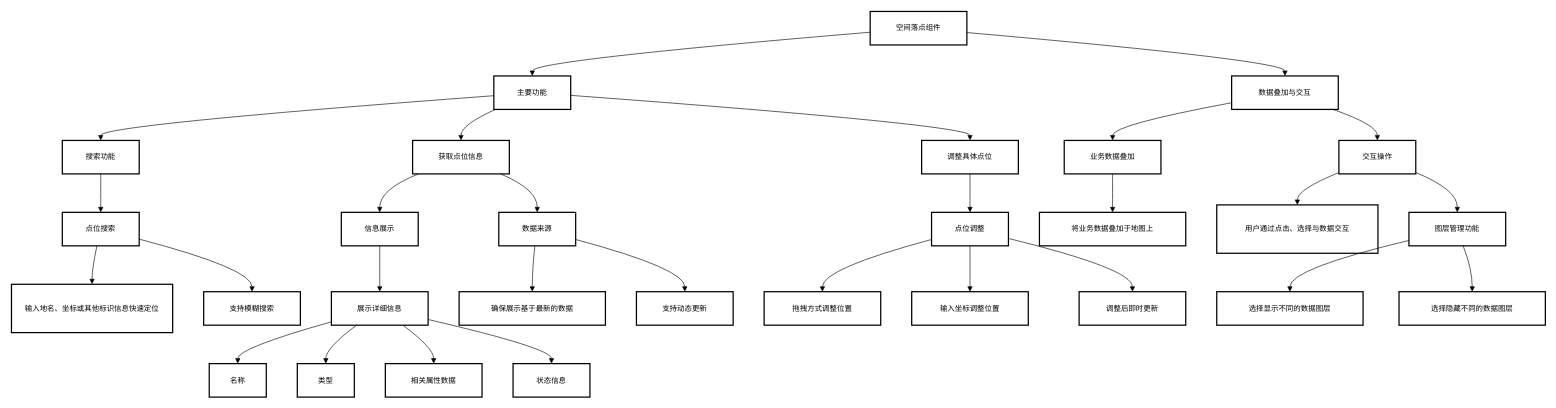
The draw.io diagram 20250415/空间落点组件.drawio in wangslsl/drawio, before the edit. Source tidied: cells renumbered, new cells numbered last; positions are measured from the earlier drawing's top-left corner, leaving out a move shared by most shapes. Both pictures are drawn from the tidied source at 62%, with x=0, y=0 at pixel (11, 11).
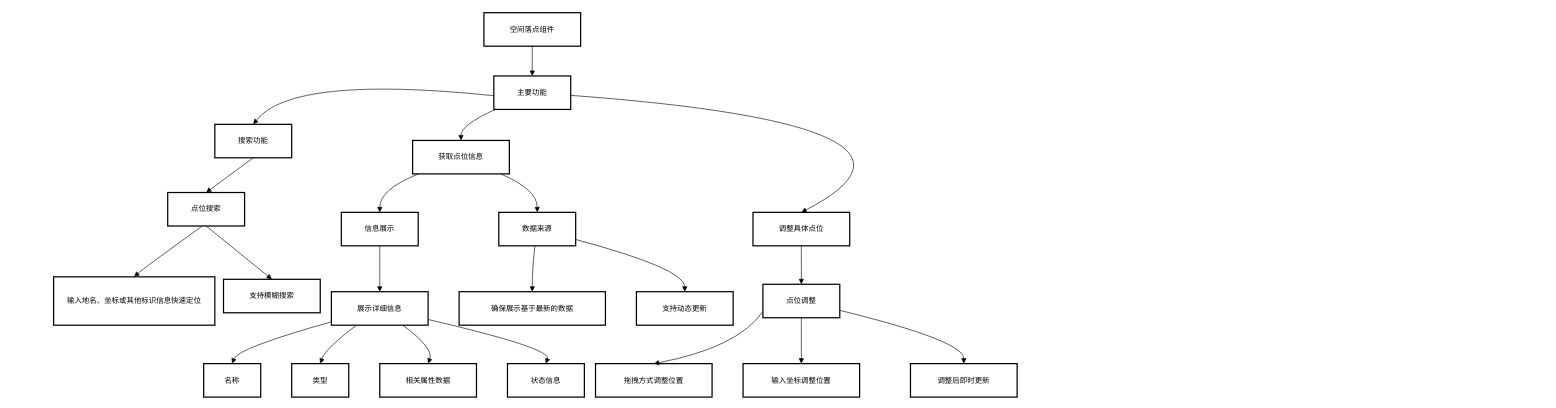
The same diagram, later.

Commit message:
更新空间落点组件.drawio

The change refers to these unchanged cells:
```xml
<mxCell id="3" value="主要功能" style="whiteSpace=wrap;strokeWidth=2;" parent="1" vertex="1">
  <mxGeometry x="778" y="104" width="124" height="54" as="geometry" />
</mxCell>
```

What changed in the source:
```diff
@@
     <mxCell id="2" value="空间落点组件" style="whiteSpace=wrap;strokeWidth=2;" parent="1" vertex="1">
-      <mxGeometry x="1385" width="156" height="54" as="geometry" />
+      <mxGeometry x="762" y="2" width="156" height="54" as="geometry" />
     </mxCell>
@@
     <mxCell id="4" value="搜索功能" style="whiteSpace=wrap;strokeWidth=2;" parent="1" vertex="1">
-      <mxGeometry x="82" y="208" width="124" height="54" as="geometry" />
+      <mxGeometry x="328" y="182" width="124" height="54" as="geometry" />
     </mxCell>
     <mxCell id="5" value="点位搜索" style="whiteSpace=wrap;strokeWidth=2;" parent="1" vertex="1">
-      <mxGeometry x="82" y="324" width="124" height="54" as="geometry" />
+      <mxGeometry x="252" y="292" width="124" height="54" as="geometry" />
     </mxCell>
     <mxCell id="6" value="输入地名、坐标或其他标识信息快速定位" style="whiteSpace=wrap;strokeWidth=2;" parent="1" vertex="1">
-      <mxGeometry y="440" width="260" height="78" as="geometry" />
+      <mxGeometry x="68" y="428" width="260" height="78" as="geometry" />
     </mxCell>
     <mxCell id="7" value="支持模糊搜索" style="whiteSpace=wrap;strokeWidth=2;" parent="1" vertex="1">
-      <mxGeometry x="310" y="452" width="156" height="54" as="geometry" />
+      <mxGeometry x="342" y="432" width="156" height="54" as="geometry" />
     </mxCell>
@@
     <mxCell id="11" value="名称" style="whiteSpace=wrap;strokeWidth=2;" parent="1" vertex="1">
-      <mxGeometry x="319" y="568" width="92" height="54" as="geometry" />
+      <mxGeometry x="310" y="568" width="92" height="54" as="geometry" />
     </mxCell>
     <mxCell id="12" value="类型" style="whiteSpace=wrap;strokeWidth=2;" parent="1" vertex="1">
-      <mxGeometry x="461" y="568" width="92" height="54" as="geometry" />
+      <mxGeometry x="452" y="568" width="92" height="54" as="geometry" />
     </mxCell>
     <mxCell id="13" value="相关属性数据" style="whiteSpace=wrap;strokeWidth=2;" parent="1" vertex="1">
-      <mxGeometry x="603" y="568" width="156" height="54" as="geometry" />
+      <mxGeometry x="594" y="568" width="156" height="54" as="geometry" />
     </mxCell>
     <mxCell id="14" value="状态信息" style="whiteSpace=wrap;strokeWidth=2;" parent="1" vertex="1">
-      <mxGeometry x="809" y="568" width="124" height="54" as="geometry" />
+      <mxGeometry x="800" y="568" width="124" height="54" as="geometry" />
     </mxCell>
@@
     <mxCell id="18" value="调整具体点位" style="whiteSpace=wrap;strokeWidth=2;" parent="1" vertex="1">
-      <mxGeometry x="1468" y="208" width="156" height="54" as="geometry" />
+      <mxGeometry x="1196" y="324" width="156" height="54" as="geometry" />
     </mxCell>
     <mxCell id="19" value="点位调整" style="whiteSpace=wrap;strokeWidth=2;" parent="1" vertex="1">
-      <mxGeometry x="1484" y="324" width="124" height="54" as="geometry" />
+      <mxGeometry x="1212" y="440" width="124" height="54" as="geometry" />
     </mxCell>
     <mxCell id="20" value="拖拽方式调整位置" style="whiteSpace=wrap;strokeWidth=2;" parent="1" vertex="1">
-      <mxGeometry x="1214" y="452" width="188" height="54" as="geometry" />
+      <mxGeometry x="942" y="568" width="188" height="54" as="geometry" />
     </mxCell>
     <mxCell id="21" value="输入坐标调整位置" style="whiteSpace=wrap;strokeWidth=2;" parent="1" vertex="1">
-      <mxGeometry x="1452" y="452" width="188" height="54" as="geometry" />
+      <mxGeometry x="1180" y="568" width="188" height="54" as="geometry" />
     </mxCell>
     <mxCell id="22" value="调整后即时更新" style="whiteSpace=wrap;strokeWidth=2;" parent="1" vertex="1">
-      <mxGeometry x="1722" y="452" width="172" height="54" as="geometry" />
+      <mxGeometry x="1450" y="568" width="172" height="54" as="geometry" />
     </mxCell>
-    <mxCell id="23" value="数据叠加与交互" style="whiteSpace=wrap;strokeWidth=2;" parent="1" vertex="1">
-      <mxGeometry x="1968" y="104" width="172" height="54" as="geometry" />
-    </mxCell>
-    <mxCell id="24" value="业务数据叠加" style="whiteSpace=wrap;strokeWidth=2;" parent="1" vertex="1">
-      <mxGeometry x="1698" y="208" width="156" height="54" as="geometry" />
-    </mxCell>
-    <mxCell id="25" value="将业务数据叠加于地图上" style="whiteSpace=wrap;strokeWidth=2;" parent="1" vertex="1">
-      <mxGeometry x="1658" y="324" width="236" height="54" as="geometry" />
-    </mxCell>
-    <mxCell id="26" value="交互操作" style="whiteSpace=wrap;strokeWidth=2;" parent="1" vertex="1">
-      <mxGeometry x="2141" y="208" width="124" height="54" as="geometry" />
-    </mxCell>
-    <mxCell id="27" value="用户通过点击、选择与数据交互" style="whiteSpace=wrap;strokeWidth=2;" parent="1" vertex="1">
-      <mxGeometry x="1944" y="312" width="260" height="78" as="geometry" />
-    </mxCell>
-    <mxCell id="28" value="图层管理功能" style="whiteSpace=wrap;strokeWidth=2;" parent="1" vertex="1">
-      <mxGeometry x="2254" y="324" width="156" height="54" as="geometry" />
-    </mxCell>
-    <mxCell id="29" value="选择显示不同的数据图层" style="whiteSpace=wrap;strokeWidth=2;" parent="1" vertex="1">
-      <mxGeometry x="1944" y="452" width="236" height="54" as="geometry" />
-    </mxCell>
-    <mxCell id="30" value="选择隐藏不同的数据图层" style="whiteSpace=wrap;strokeWidth=2;" parent="1" vertex="1">
-      <mxGeometry x="2238" y="452" width="236" height="54" as="geometry" />
-    </mxCell>
-    <mxCell id="31" style="curved=1;startArrow=none;endArrow=block;exitX=0;exitY=0.62;entryX=0.5;entryY=0;" parent="1" edge="1" source="2" target="3">
+    <mxCell id="31" style="curved=1;startArrow=none;endArrow=block;exitX=0.5;exitY=1;entryX=0.5;entryY=0;exitDx=0;exitDy=0;" parent="1" edge="1" source="2" target="3">
       <mxGeometry relative="1" as="geometry">
         <Array as="points">
           <mxPoint x="840" y="79" />
         </Array>
       </mxGeometry>
     </mxCell>
     <mxCell id="32" style="curved=1;startArrow=none;endArrow=block;exitX=0;exitY=0.59;entryX=0.5;entryY=0;" parent="1" edge="1" source="3" target="4">
       <mxGeometry relative="1" as="geometry">
         <Array as="points">
-          <mxPoint x="144" y="183" />
+          <mxPoint x="452" y="102" />
         </Array>
       </mxGeometry>
     </mxCell>
@@
     <mxCell id="34" style="curved=1;startArrow=none;endArrow=block;exitX=0.45;exitY=1;entryX=0.5;entryY=0;" parent="1" edge="1" source="5" target="6">
       <mxGeometry relative="1" as="geometry">
         <Array as="points">
-          <mxPoint x="130" y="415" />
+          <mxPoint x="212" y="415" />
         </Array>
       </mxGeometry>
     </mxCell>
-    <mxCell id="35" style="curved=1;startArrow=none;endArrow=block;exitX=1;exitY=0.8;entryX=0.5;entryY=0;" parent="1" edge="1" source="5" target="7">
-      <mxGeometry relative="1" as="geometry">
-        <Array as="points">
-          <mxPoint x="388" y="415" />
-        </Array>
-      </mxGeometry>
+    <mxCell id="35" style="curved=1;startArrow=none;endArrow=block;exitX=0.5;exitY=1;exitDx=0;exitDy=0;entryX=0.5;entryY=0;entryDx=0;entryDy=0;" parent="1" edge="1" source="5" target="7">
+      <mxGeometry relative="1" as="geometry" />
     </mxCell>
@@
     <mxCell id="48" style="curved=1;startArrow=none;endArrow=block;exitX=0;exitY=0.81;entryX=0.5;entryY=0;" parent="1" edge="1" source="19" target="20">
       <mxGeometry relative="1" as="geometry">
         <Array as="points">
-          <mxPoint x="1308" y="415" />
+          <mxPoint x="1172" y="542" />
         </Array>
       </mxGeometry>
     </mxCell>
@@
     <mxCell id="50" style="curved=1;startArrow=none;endArrow=block;exitX=1;exitY=0.78;entryX=0.5;entryY=0;" parent="1" edge="1" source="19" target="22">
       <mxGeometry relative="1" as="geometry">
         <Array as="points">
-          <mxPoint x="1808" y="415" />
+          <mxPoint x="1536" y="531" />
         </Array>
       </mxGeometry>
     </mxCell>
-    <mxCell id="51" style="curved=1;startArrow=none;endArrow=block;exitX=1;exitY=0.63;entryX=0.5;entryY=0;" parent="1" edge="1" source="2" target="23">
-      <mxGeometry relative="1" as="geometry">
-        <Array as="points">
-          <mxPoint x="2054" y="79" />
-        </Array>
-      </mxGeometry>
-    </mxCell>
-    <mxCell id="52" style="curved=1;startArrow=none;endArrow=block;exitX=0;exitY=0.8;entryX=0.5;entryY=0;" parent="1" edge="1" source="23" target="24">
-      <mxGeometry relative="1" as="geometry">
-        <Array as="points">
-          <mxPoint x="1776" y="183" />
-        </Array>
-      </mxGeometry>
-    </mxCell>
-    <mxCell id="53" style="curved=1;startArrow=none;endArrow=block;exitX=0.5;exitY=1;entryX=0.5;entryY=0;" parent="1" edge="1" source="24" target="25">
-      <mxGeometry relative="1" as="geometry" />
-    </mxCell>
-    <mxCell id="54" style="curved=1;startArrow=none;endArrow=block;exitX=0.95;exitY=1;entryX=0.5;entryY=0;" parent="1" edge="1" source="23" target="26">
-      <mxGeometry relative="1" as="geometry">
-        <Array as="points">
-          <mxPoint x="2203" y="183" />
-        </Array>
-      </mxGeometry>
-    </mxCell>
-    <mxCell id="55" style="curved=1;startArrow=none;endArrow=block;exitX=0;exitY=0.96;entryX=0.5;entryY=0;" parent="1" edge="1" source="26" target="27">
-      <mxGeometry relative="1" as="geometry">
-        <Array as="points">
-          <mxPoint x="2074" y="287" />
-        </Array>
-      </mxGeometry>
-    </mxCell>
-    <mxCell id="56" style="curved=1;startArrow=none;endArrow=block;exitX=1;exitY=0.96;entryX=0.5;entryY=0;" parent="1" edge="1" source="26" target="28">
-      <mxGeometry relative="1" as="geometry">
-        <Array as="points">
-          <mxPoint x="2332" y="287" />
-        </Array>
-      </mxGeometry>
-    </mxCell>
-    <mxCell id="57" style="curved=1;startArrow=none;endArrow=block;exitX=0;exitY=0.84;entryX=0.5;entryY=0;" parent="1" edge="1" source="28" target="29">
-      <mxGeometry relative="1" as="geometry">
-        <Array as="points">
-          <mxPoint x="2062" y="415" />
-        </Array>
-      </mxGeometry>
-    </mxCell>
-    <mxCell id="58" style="curved=1;startArrow=none;endArrow=block;exitX=0.56;exitY=1;entryX=0.5;entryY=0;" parent="1" edge="1" source="28" target="30">
-      <mxGeometry relative="1" as="geometry">
-        <Array as="points">
-          <mxPoint x="2356" y="415" />
-        </Array>
-      </mxGeometry>
-    </mxCell>
```
